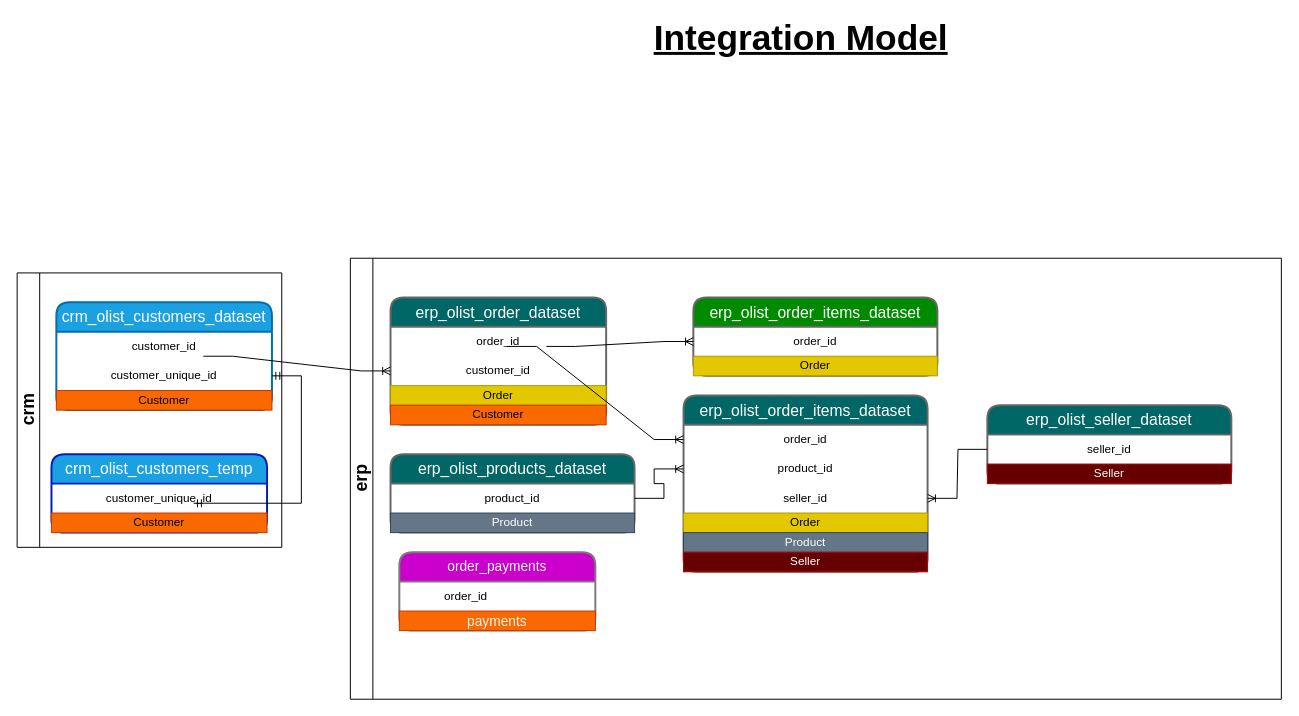
ObulorN/medallion_data_warehouse keeps this draw.io diagram as Docs/integration_model.drawio. Above is the earlier version. Source tidied: cells renumbered, new cells numbered last; positions are measured from the earlier drawing's top-left corner, leaving out a move shared by most shapes. Both pictures are drawn from the tidied source at 98%, with x=0, y=0 at pixel (17, 23).
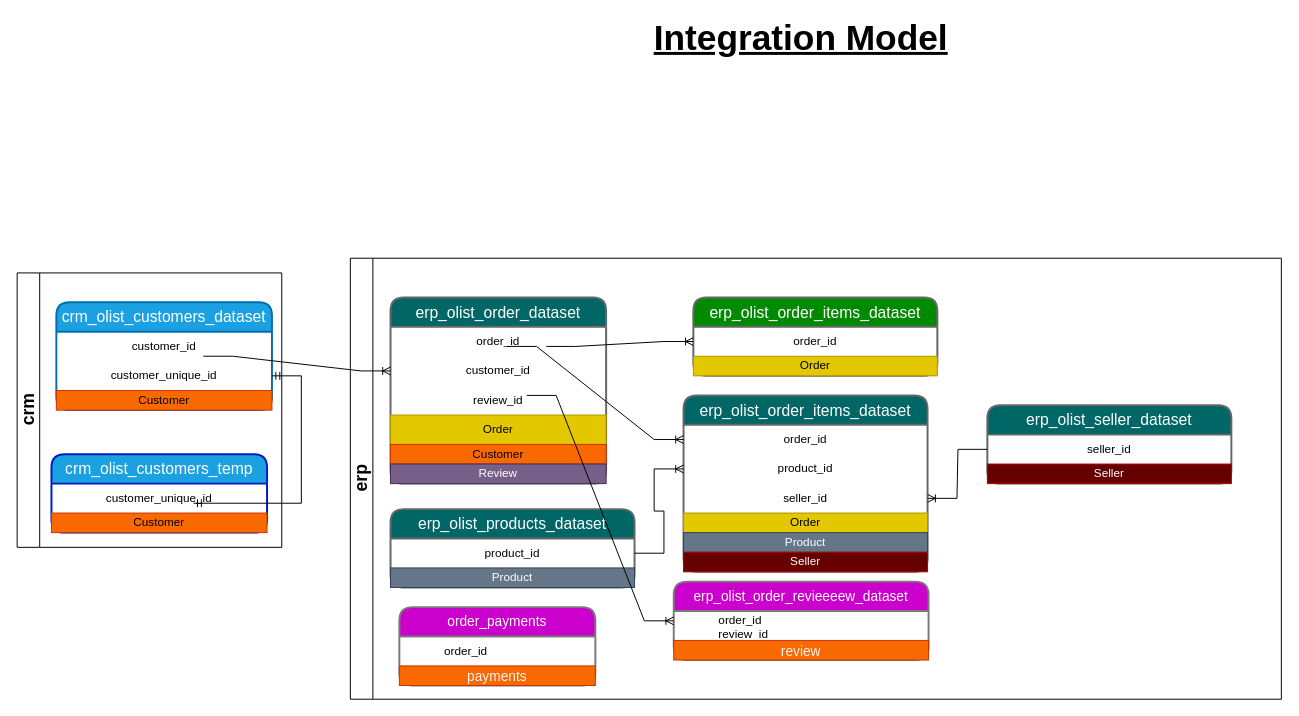
The same diagram, later.

The change refers to these unchanged cells:
```xml
<mxCell id="12" value="&lt;font style=&quot;font-size: 18px;&quot;&gt;erp&lt;/font&gt;" style="swimlane;horizontal=0;whiteSpace=wrap;html=1;" parent="1" vertex="1">
  <mxGeometry x="340" y="240" width="950" height="450" as="geometry" />
</mxCell>
```

What changed in the source:
```diff
@@
     <mxCell id="13" value="&lt;font style=&quot;font-size: 16px;&quot;&gt;erp_olist_order_dataset&lt;/font&gt;" style="swimlane;fontStyle=0;horizontal=1;startSize=30;whiteSpace=wrap;html=1;fillColor=#006666;fontColor=#ffffff;strokeColor=#666666;rounded=1;strokeWidth=2;" parent="12" vertex="1">
-      <mxGeometry x="41" y="40" width="220" height="130" as="geometry" />
+      <mxGeometry x="41" y="40" width="220" height="190" as="geometry" />
     </mxCell>
@@
+    <mxCell id="42" value="review_id" style="text;html=1;whiteSpace=wrap;strokeColor=none;fillColor=none;align=center;verticalAlign=middle;rounded=0;" parent="13" vertex="1">
+      <mxGeometry y="90" width="220" height="30" as="geometry" />
+    </mxCell>
     <mxCell id="16" value="Order" style="text;html=1;strokeColor=#B09500;fillColor=#e3c800;align=center;verticalAlign=middle;whiteSpace=wrap;overflow=hidden;fontColor=#000000;" parent="13" vertex="1">
-      <mxGeometry y="90" width="220" height="20" as="geometry" />
+      <mxGeometry y="120" width="220" height="30" as="geometry" />
     </mxCell>
     <mxCell id="17" value="Customer" style="text;html=1;strokeColor=#C73500;fillColor=light-dark(#fa6800, #e3a1e8);align=center;verticalAlign=middle;whiteSpace=wrap;overflow=hidden;fontColor=#000000;" parent="13" vertex="1">
-      <mxGeometry y="110" width="220" height="20" as="geometry" />
+      <mxGeometry y="150" width="220" height="20" as="geometry" />
     </mxCell>
+    <mxCell id="43" value="Review" style="text;html=1;strokeColor=#432D57;fillColor=#76608a;align=center;verticalAlign=middle;whiteSpace=wrap;overflow=hidden;fontColor=#ffffff;" parent="13" vertex="1">
+      <mxGeometry y="170" width="220" height="20" as="geometry" />
+    </mxCell>
@@
     <mxCell id="28" value="&lt;font style=&quot;font-size: 16px;&quot;&gt;erp_olist_products_dataset&lt;/font&gt;" style="swimlane;fontStyle=0;horizontal=1;startSize=30;whiteSpace=wrap;html=1;fillColor=#006666;fontColor=#ffffff;strokeColor=#666666;rounded=1;strokeWidth=2;" parent="12" vertex="1">
-      <mxGeometry x="41" y="200" width="249" height="80" as="geometry" />
+      <mxGeometry x="41" y="256" width="249" height="80" as="geometry" />
     </mxCell>
@@
     <mxCell id="36" value="&lt;font style=&quot;font-size: 14px;&quot;&gt;order_payments&lt;/font&gt;" style="swimlane;fontStyle=0;horizontal=1;startSize=30;whiteSpace=wrap;html=1;rounded=1;strokeWidth=2;fillColor=#CC00CC;fontColor=#ffffff;strokeColor=#7A7A7A;" parent="12" vertex="1">
-      <mxGeometry x="50" y="300" width="200" height="80" as="geometry" />
+      <mxGeometry x="50" y="356" width="200" height="80" as="geometry" />
     </mxCell>
@@
+    <mxCell id="44" value="&lt;font style=&quot;font-size: 14px;&quot;&gt;erp_olist_order_revieeeew_dataset&lt;/font&gt;" style="swimlane;fontStyle=0;horizontal=1;startSize=30;whiteSpace=wrap;html=1;rounded=1;strokeWidth=2;fillColor=#CC00CC;fontColor=#ffffff;strokeColor=#7A7A7A;" parent="12" vertex="1">
+      <mxGeometry x="330" y="330" width="260" height="80" as="geometry" />
+    </mxCell>
+    <mxCell id="45" value="&lt;blockquote style=&quot;margin: 0 0 0 40px; border: none; padding: 0px;&quot;&gt;order_id&lt;/blockquote&gt;&lt;blockquote style=&quot;margin: 0 0 0 40px; border: none; padding: 0px;&quot;&gt;&lt;span style=&quot;background-color: transparent; color: light-dark(rgb(0, 0, 0), rgb(255, 255, 255));&quot;&gt;review_id&lt;/span&gt;&lt;/blockquote&gt;" style="text;strokeColor=none;fillColor=none;align=left;verticalAlign=middle;spacingLeft=4;spacingRight=4;overflow=hidden;whiteSpace=wrap;html=1;" parent="44" vertex="1">
+      <mxGeometry y="30" width="260" height="30" as="geometry" />
+    </mxCell>
+    <mxCell id="46" value="&lt;font style=&quot;font-size: 14px; color: rgb(246, 246, 246);&quot;&gt;review&lt;/font&gt;" style="text;html=1;strokeColor=#C73500;fillColor=#fa6800;align=center;verticalAlign=middle;whiteSpace=wrap;overflow=hidden;fontColor=#000000;" parent="44" vertex="1">
+      <mxGeometry y="60" width="260" height="20" as="geometry" />
+    </mxCell>
+    <mxCell id="47" style="edgeStyle=entityRelationEdgeStyle;fontSize=12;html=1;endArrow=ERoneToMany;rounded=0;" parent="12" edge="1" target="44">
+      <mxGeometry relative="1" as="geometry">
+        <mxPoint x="180" y="140" as="sourcePoint" />
+      </mxGeometry>
+    </mxCell>
```
